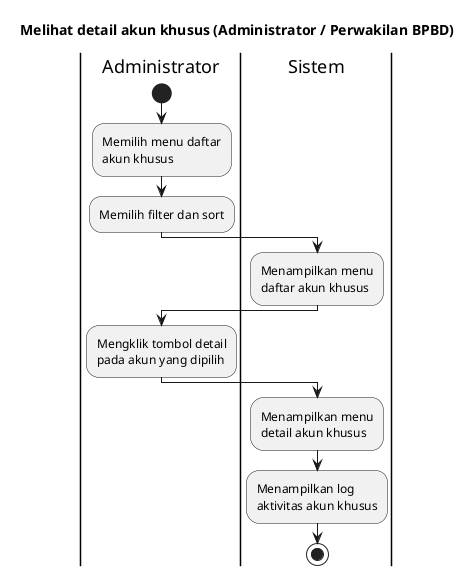
The PlantUML diagram export/Activity Diagrams/UC-MGUSER - Manajemen Pengguna/UC-MGUSER-011 - Melihat detail akun khusus.png in bagusNA/appl-diagrams, before a commit. Its diagram source:
```plantuml
@startuml
skinparam wrapWidth 140

title Melihat detail akun khusus (Administrator / Perwakilan BPBD)

|Administrator|
start
:Memilih menu daftar akun khusus;
:Memilih filter dan sort;

|Sistem|
:Menampilkan menu daftar akun khusus;

|Administrator|
:Mengklik tombol detail pada akun yang dipilih;

|Sistem|
:Menampilkan menu detail akun khusus;
:Menampilkan log aktivitas akun khusus;

stop
@enduml
```
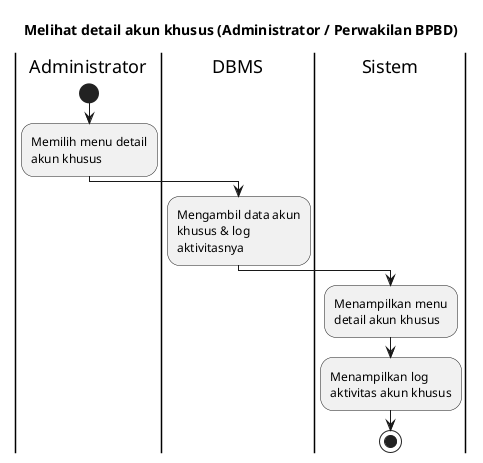
After the change.

Change to the diagram source:
```diff
@@ -5,14 +5,10 @@
 
 |Administrator|
 start
-:Memilih menu daftar akun khusus;
-:Memilih filter dan sort;
+:Memilih menu detail akun khusus;
 
-|Sistem|
-:Menampilkan menu daftar akun khusus;
-
-|Administrator|
-:Mengklik tombol detail pada akun yang dipilih;
+|DBMS|
+:Mengambil data akun khusus & log aktivitasnya;
 
 |Sistem|
 :Menampilkan menu detail akun khusus;
```
